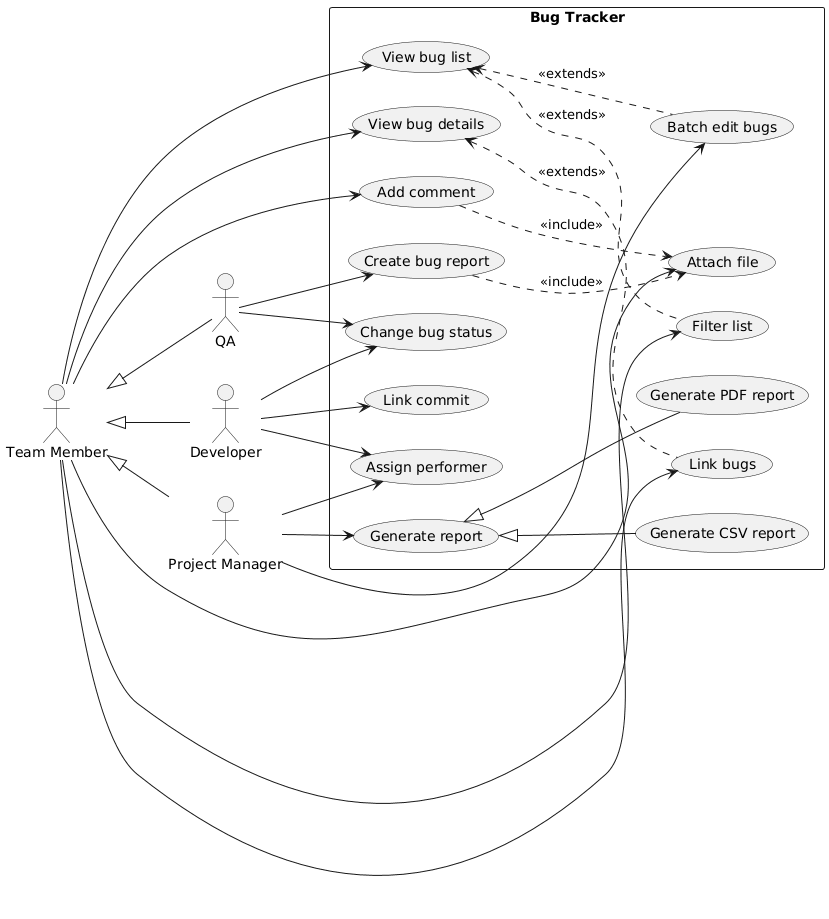
This is labs/lab2/usecase_diagram.png from Pasha-Makarenko/KPI, a PlantUML export, as it was before one commit.
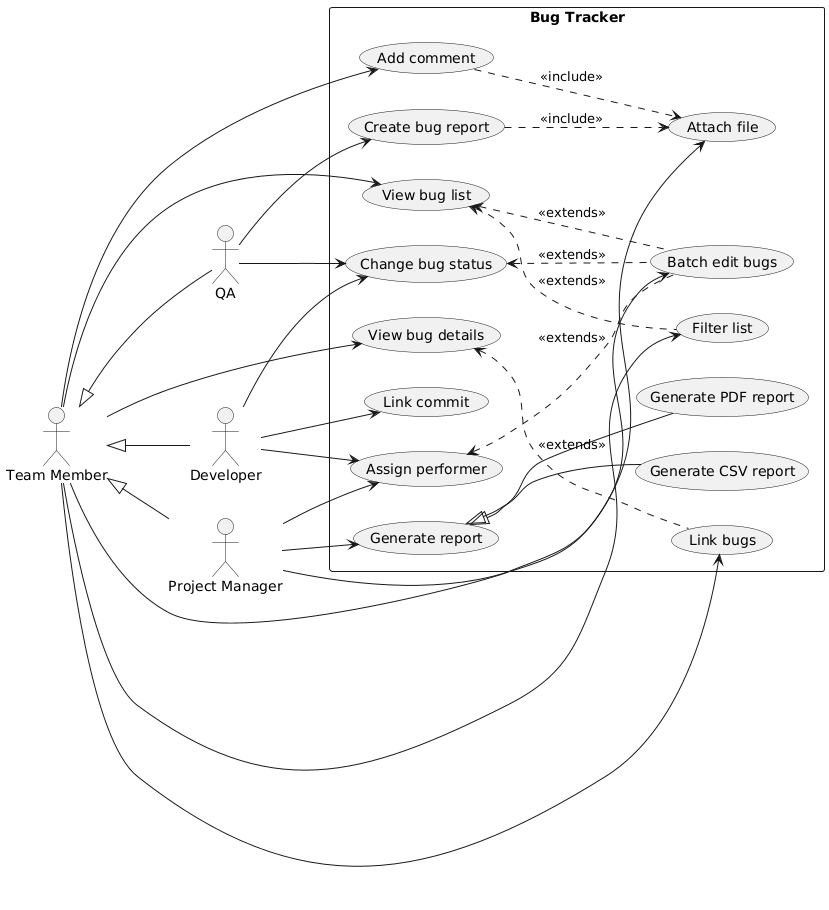
After the change.

Diff of the diagram source:
```diff
@@ -50,6 +50,8 @@
   UC_ViewList <.. UC_FilterList : <<extends>>
   UC_ViewList <.. UC_BatchEdit : <<extends>>
   UC_ViewDetails <.. UC_LinkBugs : <<extends>>
+  UC_ChangeStatus <.. UC_BatchEdit : <<extends>>
+  UC_AssignBug <.. UC_BatchEdit : <<extends>>
 
   UC_CreateBug ..> UC_AttachFile : <<include>>
   UC_AddComment ..> UC_AttachFile : <<include>>
```
